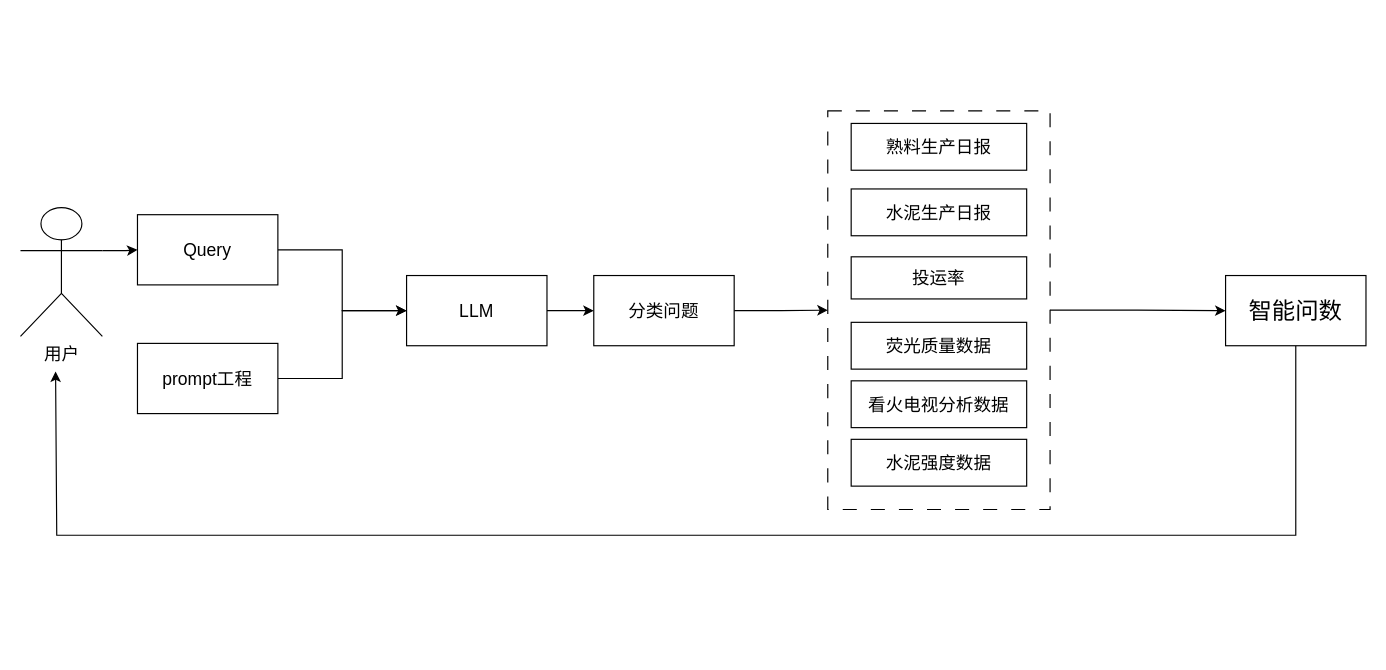
Above: 投运率流程图.drawio in 729973389/picture (draw.io), before the change. Source tidied: cells renumbered, new cells numbered last; positions are measured from the earlier drawing's top-left corner, leaving out a move shared by most shapes. Both pictures are drawn from the tidied source at 117%, with x=0, y=0 at pixel (20, 110).
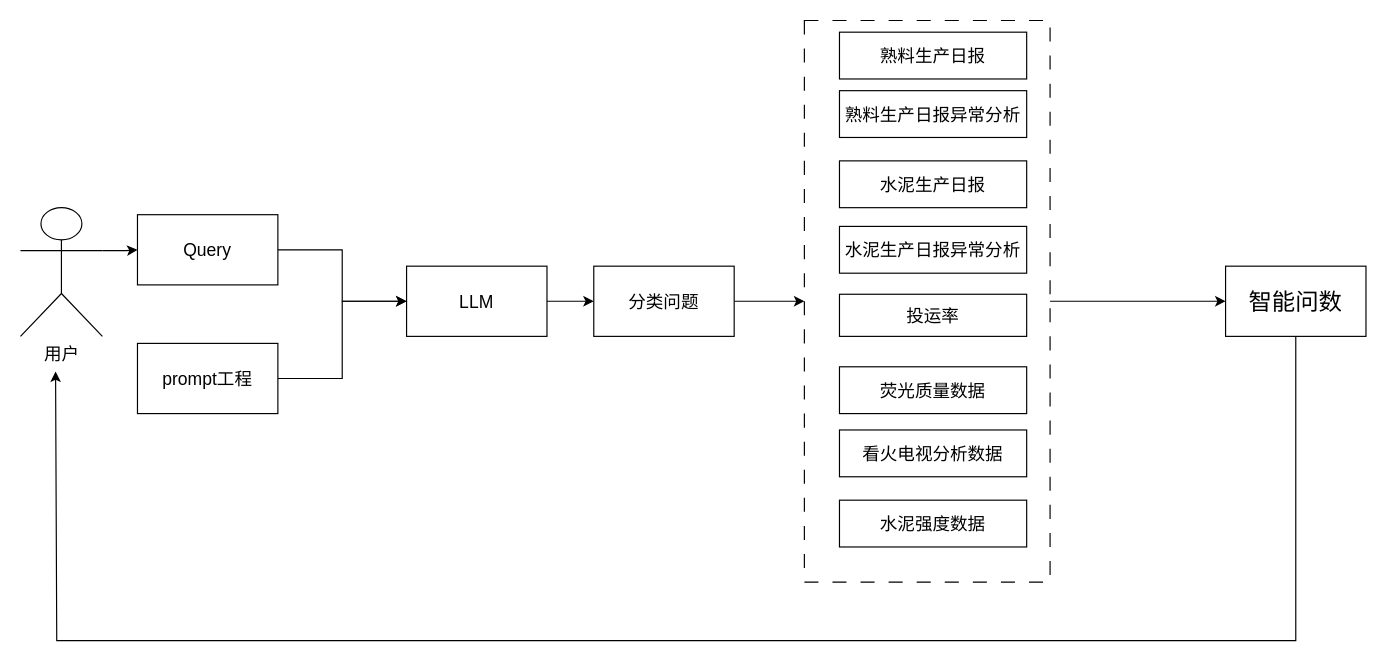
The same page after the edit.

Commit message:
更新投运率流程图.drawio

Diff of the diagram source:
```diff
@@
     <mxCell id="9" value="分类问题" style="rounded=0;whiteSpace=wrap;html=1;fontSize=15;" parent="1" vertex="1">
-      <mxGeometry x="490" y="141" width="120" height="60" as="geometry" />
+      <mxGeometry x="490" y="133" width="120" height="60" as="geometry" />
     </mxCell>
     <mxCell id="10" style="rounded=0;whiteSpace=wrap;html=1;fillColor=none;dashed=1;dashPattern=12 12;" parent="1" vertex="1">
-      <mxGeometry x="690" y="0.2" width="190" height="340.8" as="geometry" />
+      <mxGeometry x="670" y="-77" width="210" height="480" as="geometry" />
     </mxCell>
-    <mxCell id="11" value="&lt;font style=&quot;color: rgb(0, 0, 0);&quot;&gt;熟料生产日报&lt;/font&gt;" style="rounded=0;whiteSpace=wrap;html=1;fontSize=15;" parent="1" vertex="1">
-      <mxGeometry x="710" y="11" width="150" height="40" as="geometry" />
+    <mxCell id="11" value="&lt;font style=&quot;color: rgb(0, 0, 0);&quot;&gt;熟料生产日报异常分析&lt;/font&gt;" style="rounded=0;whiteSpace=wrap;html=1;fontSize=15;" parent="1" vertex="1">
+      <mxGeometry x="700" y="-17" width="160" height="40" as="geometry" />
     </mxCell>
-    <mxCell id="12" value="水泥生产日报" style="rounded=0;whiteSpace=wrap;html=1;fontSize=15;" parent="1" vertex="1">
-      <mxGeometry x="710" y="67" width="150" height="40" as="geometry" />
+    <mxCell id="12" value="水泥生产日报异常分析" style="rounded=0;whiteSpace=wrap;html=1;fontSize=15;" parent="1" vertex="1">
+      <mxGeometry x="700" y="99" width="160" height="40" as="geometry" />
     </mxCell>
@@
     <mxCell id="15" value="LLM" style="rounded=0;whiteSpace=wrap;html=1;fontSize=15;" parent="1" vertex="1">
-      <mxGeometry x="330" y="141" width="120" height="60" as="geometry" />
+      <mxGeometry x="330" y="133" width="120" height="60" as="geometry" />
     </mxCell>
     <mxCell id="16" value="投运率" style="rounded=0;whiteSpace=wrap;html=1;fontSize=15;" parent="1" vertex="1">
-      <mxGeometry x="710" y="125" width="150" height="36" as="geometry" />
+      <mxGeometry x="700" y="157" width="160" height="36" as="geometry" />
     </mxCell>
     <mxCell id="17" value="荧光质量数据" style="rounded=0;whiteSpace=wrap;html=1;fontSize=15;" parent="1" vertex="1">
-      <mxGeometry x="710" y="181" width="150" height="40" as="geometry" />
+      <mxGeometry x="700" y="219" width="160" height="40" as="geometry" />
     </mxCell>
     <mxCell id="18" value="看火电视分析数据" style="rounded=0;whiteSpace=wrap;html=1;fontSize=15;" parent="1" vertex="1">
-      <mxGeometry x="710" y="231" width="150" height="40" as="geometry" />
+      <mxGeometry x="700" y="273" width="160" height="40" as="geometry" />
     </mxCell>
     <mxCell id="19" value="水泥强度数据" style="rounded=0;whiteSpace=wrap;html=1;fontSize=15;" parent="1" vertex="1">
-      <mxGeometry x="710" y="281" width="150" height="40" as="geometry" />
+      <mxGeometry x="700" y="333" width="160" height="40" as="geometry" />
     </mxCell>
     <mxCell id="20" style="edgeStyle=orthogonalEdgeStyle;rounded=0;jettySize=auto;html=1;" parent="1" edge="1" source="21">
       <mxGeometry relative="1" as="geometry">
         <mxPoint x="30" y="223" as="targetPoint" />
         <Array as="points">
-          <mxPoint x="1090" y="363" />
-          <mxPoint x="31" y="363" />
+          <mxPoint x="1090" y="453" />
+          <mxPoint x="31" y="453" />
         </Array>
       </mxGeometry>
     </mxCell>
     <mxCell id="21" value="&lt;font style=&quot;font-size: 20px;&quot;&gt;智能问数&lt;/font&gt;" style="rounded=0;whiteSpace=wrap;html=1;" parent="1" vertex="1">
-      <mxGeometry x="1030" y="141" width="120" height="60" as="geometry" />
+      <mxGeometry x="1030" y="133" width="120" height="60" as="geometry" />
     </mxCell>
+    <mxCell id="22" value="&lt;font style=&quot;color: rgb(0, 0, 0);&quot;&gt;熟料生产日报&lt;/font&gt;" style="rounded=0;whiteSpace=wrap;html=1;fontSize=15;" parent="1" vertex="1">
+      <mxGeometry x="700" y="-67" width="160" height="40" as="geometry" />
+    </mxCell>
+    <mxCell id="23" value="水泥生产日报" style="rounded=0;whiteSpace=wrap;html=1;fontSize=15;" parent="1" vertex="1">
+      <mxGeometry x="700" y="43" width="160" height="40" as="geometry" />
+    </mxCell>
```
